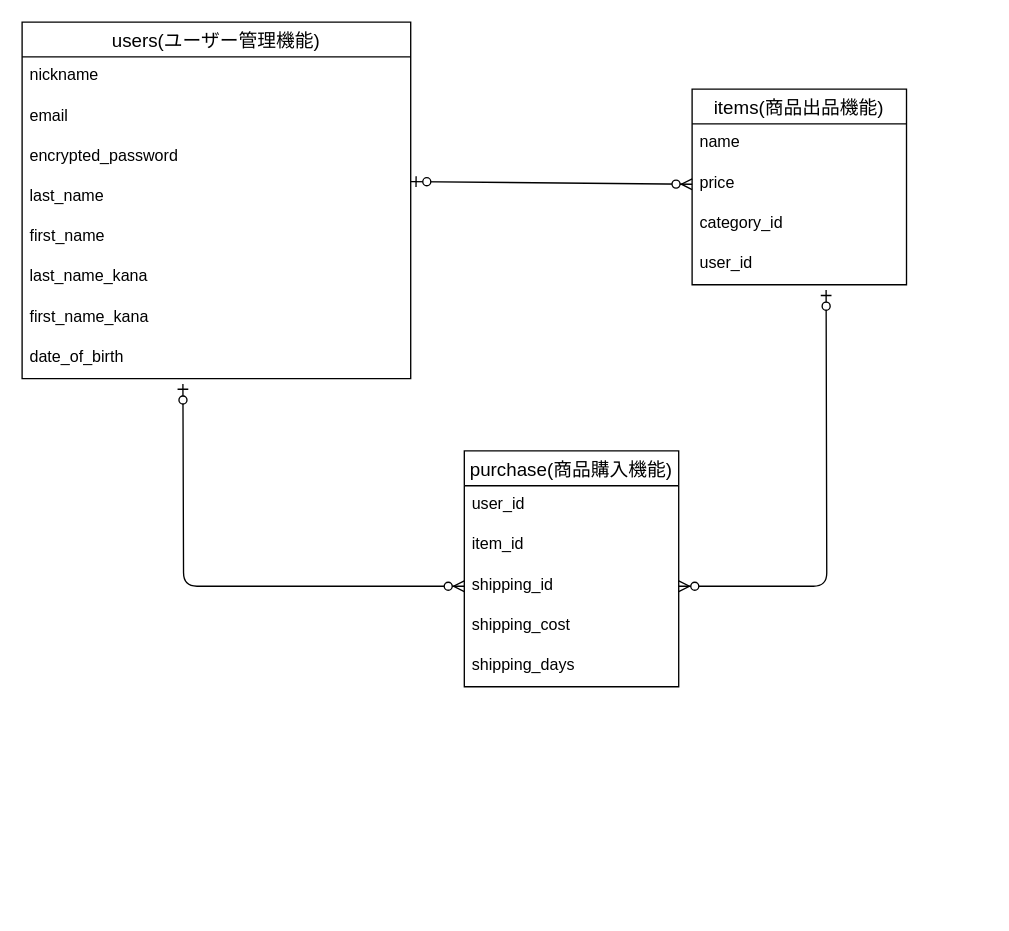
This is test.dio from yuyadesu/furima-38092, a draw.io file, before an edit. Source tidied: cells renumbered, new cells numbered last; positions are measured from the earlier drawing's top-left corner, leaving out a move shared by most shapes. Both pictures are drawn from the tidied source at 134%, with x=0, y=0 at pixel (21, 21).
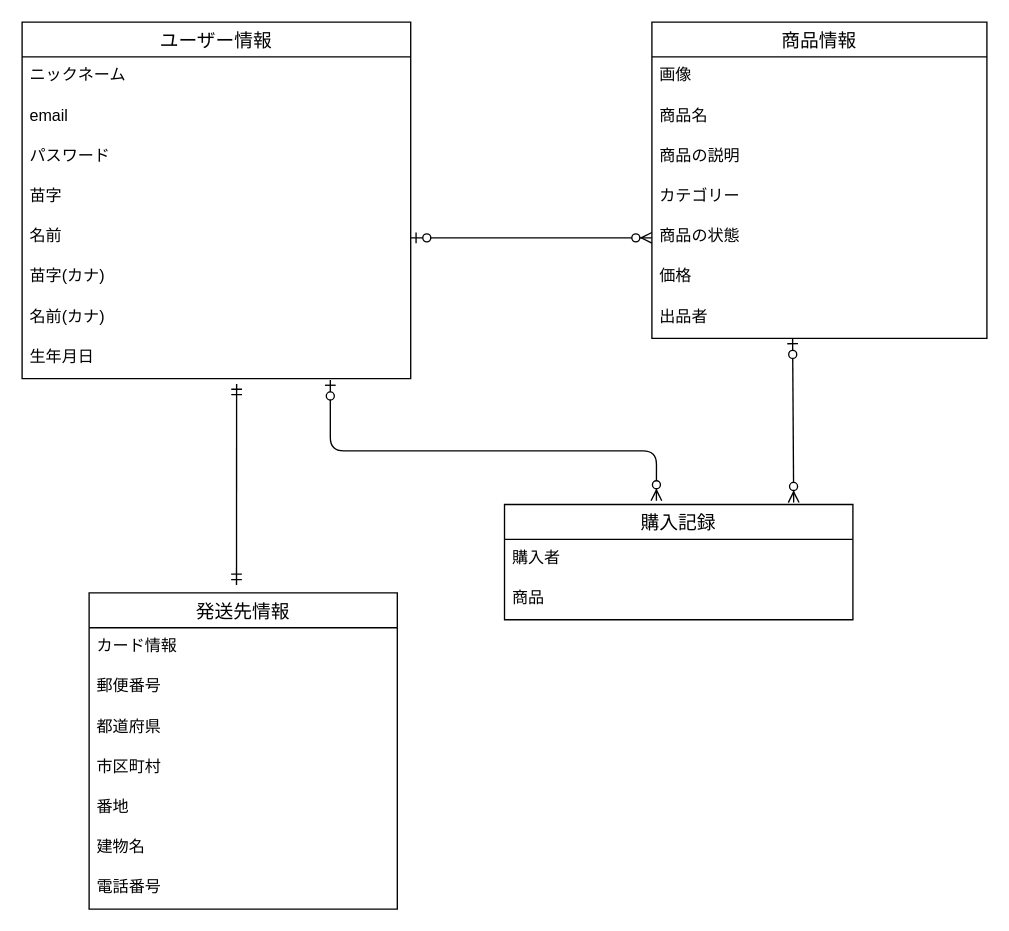
Above is the later version.

Commit message (it also covers changes not shown here):
テーブル設計2

The edit, as a diff of the source:
```diff
@@
-    <mxCell id="2" value="users(ユーザー管理機能)" style="swimlane;fontStyle=0;horizontal=1;startSize=26;align=center;fontSize=14;" parent="1" vertex="1">
+    <mxCell id="2" value="ユーザー情報" style="swimlane;fontStyle=0;horizontal=1;startSize=26;align=center;fontSize=14;" parent="1" vertex="1">
       <mxGeometry width="290" height="266" as="geometry" />
     </mxCell>
-    <mxCell id="3" value="nickname" style="text;strokeColor=none;fillColor=none;spacingLeft=4;spacingRight=4;overflow=hidden;fontSize=12;" parent="2" vertex="1">
+    <mxCell id="3" value="ニックネーム" style="text;strokeColor=none;fillColor=none;spacingLeft=4;spacingRight=4;overflow=hidden;fontSize=12;" parent="2" vertex="1">
       <mxGeometry y="26" width="290" height="30" as="geometry" />
     </mxCell>
@@
-    <mxCell id="5" value="encrypted_password" style="text;strokeColor=none;fillColor=none;spacingLeft=4;spacingRight=4;overflow=hidden;points=[[0,0.5],[1,0.5]];portConstraint=eastwest;fontSize=12;" parent="2" vertex="1">
+    <mxCell id="5" value="パスワード" style="text;strokeColor=none;fillColor=none;spacingLeft=4;spacingRight=4;overflow=hidden;points=[[0,0.5],[1,0.5]];portConstraint=eastwest;fontSize=12;" parent="2" vertex="1">
       <mxGeometry y="86" width="290" height="30" as="geometry" />
     </mxCell>
-    <mxCell id="6" value="last_name" style="text;strokeColor=none;fillColor=none;spacingLeft=4;spacingRight=4;overflow=hidden;fontSize=12;" parent="2" vertex="1">
+    <mxCell id="6" value="苗字" style="text;strokeColor=none;fillColor=none;spacingLeft=4;spacingRight=4;overflow=hidden;fontSize=12;" parent="2" vertex="1">
       <mxGeometry y="116" width="290" height="30" as="geometry" />
     </mxCell>
-    <mxCell id="7" value="first_name" style="text;strokeColor=none;fillColor=none;spacingLeft=4;spacingRight=4;overflow=hidden;points=[[0,0.5],[1,0.5]];portConstraint=eastwest;fontSize=12;" parent="2" vertex="1">
+    <mxCell id="7" value="名前" style="text;strokeColor=none;fillColor=none;spacingLeft=4;spacingRight=4;overflow=hidden;points=[[0,0.5],[1,0.5]];portConstraint=eastwest;fontSize=12;" parent="2" vertex="1">
       <mxGeometry y="146" width="290" height="30" as="geometry" />
     </mxCell>
-    <mxCell id="8" value="last_name_kana" style="text;strokeColor=none;fillColor=none;spacingLeft=4;spacingRight=4;overflow=hidden;fontSize=12;" parent="2" vertex="1">
+    <mxCell id="8" value="苗字(カナ)" style="text;strokeColor=none;fillColor=none;spacingLeft=4;spacingRight=4;overflow=hidden;fontSize=12;" parent="2" vertex="1">
       <mxGeometry y="176" width="290" height="30" as="geometry" />
     </mxCell>
-    <mxCell id="9" value="first_name_kana" style="text;strokeColor=none;fillColor=none;spacingLeft=4;spacingRight=4;overflow=hidden;fontSize=12;" parent="2" vertex="1">
+    <mxCell id="9" value="名前(カナ)" style="text;strokeColor=none;fillColor=none;spacingLeft=4;spacingRight=4;overflow=hidden;fontSize=12;" parent="2" vertex="1">
       <mxGeometry y="206" width="290" height="30" as="geometry" />
     </mxCell>
-    <mxCell id="10" value="date_of_birth" style="text;strokeColor=none;fillColor=none;spacingLeft=4;spacingRight=4;overflow=hidden;points=[[0,0.5],[1,0.5]];portConstraint=eastwest;fontSize=12;" parent="2" vertex="1">
+    <mxCell id="10" value="生年月日" style="text;strokeColor=none;fillColor=none;spacingLeft=4;spacingRight=4;overflow=hidden;points=[[0,0.5],[1,0.5]];portConstraint=eastwest;fontSize=12;" parent="2" vertex="1">
       <mxGeometry y="236" width="290" height="30" as="geometry" />
     </mxCell>
-    <mxCell id="11" value="items(商品出品機能)" style="swimlane;fontStyle=0;horizontal=1;startSize=26;align=center;fontSize=14;" parent="1" vertex="1">
-      <mxGeometry x="500" y="50" width="160" height="146" as="geometry" />
+    <mxCell id="11" value="商品情報" style="swimlane;fontStyle=0;horizontal=1;startSize=26;align=center;fontSize=14;" parent="1" vertex="1">
+      <mxGeometry x="470" width="250" height="236" as="geometry" />
     </mxCell>
+    <mxCell id="25" value="画像" style="text;strokeColor=none;fillColor=none;spacingLeft=4;spacingRight=4;overflow=hidden;fontSize=12;" parent="11" vertex="1">
+      <mxGeometry y="26" width="250" height="30" as="geometry" />
+    </mxCell>
-    <mxCell id="12" value="name" style="text;strokeColor=none;fillColor=none;spacingLeft=4;spacingRight=4;overflow=hidden;fontSize=12;" parent="11" vertex="1">
-      <mxGeometry y="26" width="160" height="30" as="geometry" />
+    <mxCell id="12" value="商品名" style="text;strokeColor=none;fillColor=none;spacingLeft=4;spacingRight=4;overflow=hidden;fontSize=12;" parent="11" vertex="1">
+      <mxGeometry y="56" width="250" height="30" as="geometry" />
     </mxCell>
+    <mxCell id="26" value="商品の説明" style="text;strokeColor=none;fillColor=none;spacingLeft=4;spacingRight=4;overflow=hidden;fontSize=12;" parent="11" vertex="1">
+      <mxGeometry y="86" width="250" height="30" as="geometry" />
+    </mxCell>
+    <mxCell id="14" value="カテゴリー" style="text;strokeColor=none;fillColor=none;spacingLeft=4;spacingRight=4;overflow=hidden;fontSize=12;" parent="11" vertex="1">
+      <mxGeometry y="116" width="250" height="30" as="geometry" />
+    </mxCell>
+    <mxCell id="27" value="商品の状態" style="text;strokeColor=none;fillColor=none;spacingLeft=4;spacingRight=4;overflow=hidden;points=[[0,0.5],[1,0.5]];portConstraint=eastwest;fontSize=12;" parent="11" vertex="1">
+      <mxGeometry y="146" width="250" height="30" as="geometry" />
+    </mxCell>
-    <mxCell id="13" value="price" style="text;strokeColor=none;fillColor=none;spacingLeft=4;spacingRight=4;overflow=hidden;points=[[0,0.5],[1,0.5]];portConstraint=eastwest;fontSize=12;" parent="11" vertex="1">
-      <mxGeometry y="56" width="160" height="30" as="geometry" />
+    <mxCell id="13" value="価格" style="text;strokeColor=none;fillColor=none;spacingLeft=4;spacingRight=4;overflow=hidden;points=[[0,0.5],[1,0.5]];portConstraint=eastwest;fontSize=12;" parent="11" vertex="1">
+      <mxGeometry y="176" width="250" height="30" as="geometry" />
     </mxCell>
-    <mxCell id="14" value="category_id" style="text;strokeColor=none;fillColor=none;spacingLeft=4;spacingRight=4;overflow=hidden;fontSize=12;" parent="11" vertex="1">
-      <mxGeometry y="86" width="160" height="30" as="geometry" />
-    </mxCell>
-    <mxCell id="15" value="user_id" style="text;strokeColor=none;fillColor=none;spacingLeft=4;spacingRight=4;overflow=hidden;fontSize=12;" parent="11" vertex="1">
-      <mxGeometry y="116" width="160" height="30" as="geometry" />
+    <mxCell id="15" value="出品者" style="text;strokeColor=none;fillColor=none;spacingLeft=4;spacingRight=4;overflow=hidden;fontSize=12;" parent="11" vertex="1">
+      <mxGeometry y="206" width="250" height="30" as="geometry" />
     </mxCell>
-    <mxCell id="16" style="fontSize=12;html=1;endArrow=ERzeroToMany;startArrow=ERzeroToOne;exitX=1;exitY=1.1;exitDx=0;exitDy=0;exitPerimeter=0;entryX=0;entryY=0.5;entryDx=0;entryDy=0;" parent="1" edge="1" source="5" target="13">
-      <mxGeometry relative="1" as="geometry" />
-    </mxCell>
-    <mxCell id="17" value="purchase(商品購入機能)" style="swimlane;fontStyle=0;horizontal=1;startSize=26;align=center;fontSize=14;" parent="1" vertex="1">
-      <mxGeometry x="330" y="320" width="160" height="176" as="geometry" />
+    <mxCell id="17" value="購入記録" style="swimlane;fontStyle=0;horizontal=1;startSize=26;align=center;fontSize=14;" parent="1" vertex="1">
+      <mxGeometry x="360" y="360" width="260" height="86" as="geometry" />
     </mxCell>
-    <mxCell id="18" value="user_id" style="text;strokeColor=none;fillColor=none;spacingLeft=4;spacingRight=4;overflow=hidden;fontSize=12;" parent="17" vertex="1">
-      <mxGeometry y="26" width="160" height="30" as="geometry" />
+    <mxCell id="18" value="購入者" style="text;strokeColor=none;fillColor=none;spacingLeft=4;spacingRight=4;overflow=hidden;fontSize=12;" parent="17" vertex="1">
+      <mxGeometry y="26" width="260" height="30" as="geometry" />
     </mxCell>
-    <mxCell id="19" value="item_id" style="text;strokeColor=none;fillColor=none;spacingLeft=4;spacingRight=4;overflow=hidden;fontSize=12;" parent="17" vertex="1">
-      <mxGeometry y="56" width="160" height="30" as="geometry" />
+    <mxCell id="19" value="商品" style="text;strokeColor=none;fillColor=none;spacingLeft=4;spacingRight=4;overflow=hidden;fontSize=12;" parent="17" vertex="1">
+      <mxGeometry y="56" width="260" height="30" as="geometry" />
     </mxCell>
-    <mxCell id="20" value="shipping_id" style="text;strokeColor=none;fillColor=none;spacingLeft=4;spacingRight=4;overflow=hidden;points=[[0,0.5],[1,0.5]];portConstraint=eastwest;fontSize=12;" parent="17" vertex="1">
-      <mxGeometry y="86" width="160" height="30" as="geometry" />
-    </mxCell>
-    <mxCell id="21" value="shipping_cost" style="text;strokeColor=none;fillColor=none;spacingLeft=4;spacingRight=4;overflow=hidden;fontSize=12;" parent="17" vertex="1">
-      <mxGeometry y="116" width="160" height="30" as="geometry" />
-    </mxCell>
-    <mxCell id="22" value="shipping_days" style="text;strokeColor=none;fillColor=none;spacingLeft=4;spacingRight=4;overflow=hidden;fontSize=12;" parent="17" vertex="1">
-      <mxGeometry y="146" width="160" height="30" as="geometry" />
-    </mxCell>
-    <mxCell id="23" style="fontSize=12;html=1;endArrow=ERzeroToMany;startArrow=ERzeroToOne;entryX=0;entryY=0.5;entryDx=0;entryDy=0;edgeStyle=orthogonalEdgeStyle;" parent="1" edge="1" target="20">
-      <mxGeometry relative="1" as="geometry">
-        <mxPoint x="120" y="270" as="sourcePoint" />
-      </mxGeometry>
-    </mxCell>
-    <mxCell id="24" style="fontSize=12;html=1;endArrow=ERzeroToMany;startArrow=ERzeroToOne;entryX=1;entryY=0.5;entryDx=0;entryDy=0;edgeStyle=orthogonalEdgeStyle;" parent="1" edge="1" target="20">
-      <mxGeometry relative="1" as="geometry">
-        <mxPoint x="600" y="200" as="sourcePoint" />
-      </mxGeometry>
-    </mxCell>
+    <mxCell id="28" value="発送先情報" style="swimlane;fontStyle=0;horizontal=1;startSize=26;align=center;fontSize=14;" parent="1" vertex="1">
+      <mxGeometry x="50" y="426" width="230" height="236" as="geometry" />
+    </mxCell>
+    <mxCell id="29" value="カード情報" style="text;strokeColor=none;fillColor=none;spacingLeft=4;spacingRight=4;overflow=hidden;fontSize=12;" parent="28" vertex="1">
+      <mxGeometry y="26" width="230" height="30" as="geometry" />
+    </mxCell>
+    <mxCell id="30" value="郵便番号" style="text;strokeColor=none;fillColor=none;spacingLeft=4;spacingRight=4;overflow=hidden;fontSize=12;" parent="28" vertex="1">
+      <mxGeometry y="56" width="230" height="30" as="geometry" />
+    </mxCell>
+    <mxCell id="31" value="都道府県" style="text;strokeColor=none;fillColor=none;spacingLeft=4;spacingRight=4;overflow=hidden;fontSize=12;" parent="28" vertex="1">
+      <mxGeometry y="86" width="230" height="30" as="geometry" />
+    </mxCell>
+    <mxCell id="32" value="市区町村" style="text;strokeColor=none;fillColor=none;spacingLeft=4;spacingRight=4;overflow=hidden;fontSize=12;" parent="28" vertex="1">
+      <mxGeometry y="116" width="230" height="30" as="geometry" />
+    </mxCell>
+    <mxCell id="33" value="番地" style="text;strokeColor=none;fillColor=none;spacingLeft=4;spacingRight=4;overflow=hidden;fontSize=12;" parent="28" vertex="1">
+      <mxGeometry y="146" width="230" height="30" as="geometry" />
+    </mxCell>
+    <mxCell id="34" value="建物名" style="text;strokeColor=none;fillColor=none;spacingLeft=4;spacingRight=4;overflow=hidden;fontSize=12;" parent="28" vertex="1">
+      <mxGeometry y="176" width="230" height="30" as="geometry" />
+    </mxCell>
+    <mxCell id="35" value="電話番号" style="text;strokeColor=none;fillColor=none;spacingLeft=4;spacingRight=4;overflow=hidden;fontSize=12;" parent="28" vertex="1">
+      <mxGeometry y="206" width="230" height="30" as="geometry" />
+    </mxCell>
+    <mxCell id="36" style="fontSize=12;html=1;endArrow=ERzeroToMany;startArrow=ERzeroToOne;entryX=0;entryY=0.5;entryDx=0;entryDy=0;exitX=1;exitY=0.5;exitDx=0;exitDy=0;" parent="1" edge="1" source="7" target="27">
+      <mxGeometry relative="1" as="geometry" />
+    </mxCell>
+    <mxCell id="37" style="fontSize=12;html=1;endArrow=ERzeroToMany;startArrow=ERzeroToOne;entryX=0.436;entryY=-0.032;entryDx=0;entryDy=0;entryPerimeter=0;edgeStyle=orthogonalEdgeStyle;" parent="1" edge="1" target="17">
+      <mxGeometry relative="1" as="geometry">
+        <mxPoint x="230" y="267" as="sourcePoint" />
+        <Array as="points">
+          <mxPoint x="230" y="320" />
+          <mxPoint x="473" y="320" />
+        </Array>
+      </mxGeometry>
+    </mxCell>
+    <mxCell id="38" style="fontSize=12;html=1;endArrow=ERmandOne;startArrow=ERmandOne;exitX=0.552;exitY=1.133;exitDx=0;exitDy=0;exitPerimeter=0;" parent="1" edge="1" source="10">
+      <mxGeometry relative="1" as="geometry">
+        <mxPoint x="160" y="420" as="targetPoint" />
+      </mxGeometry>
+    </mxCell>
+    <mxCell id="39" style="fontSize=12;html=1;endArrow=ERzeroToMany;startArrow=ERzeroToOne;entryX=0.83;entryY=-0.017;entryDx=0;entryDy=0;entryPerimeter=0;" parent="1" edge="1" target="17">
+      <mxGeometry relative="1" as="geometry">
+        <mxPoint x="575" y="236" as="sourcePoint" />
+      </mxGeometry>
+    </mxCell>
```
